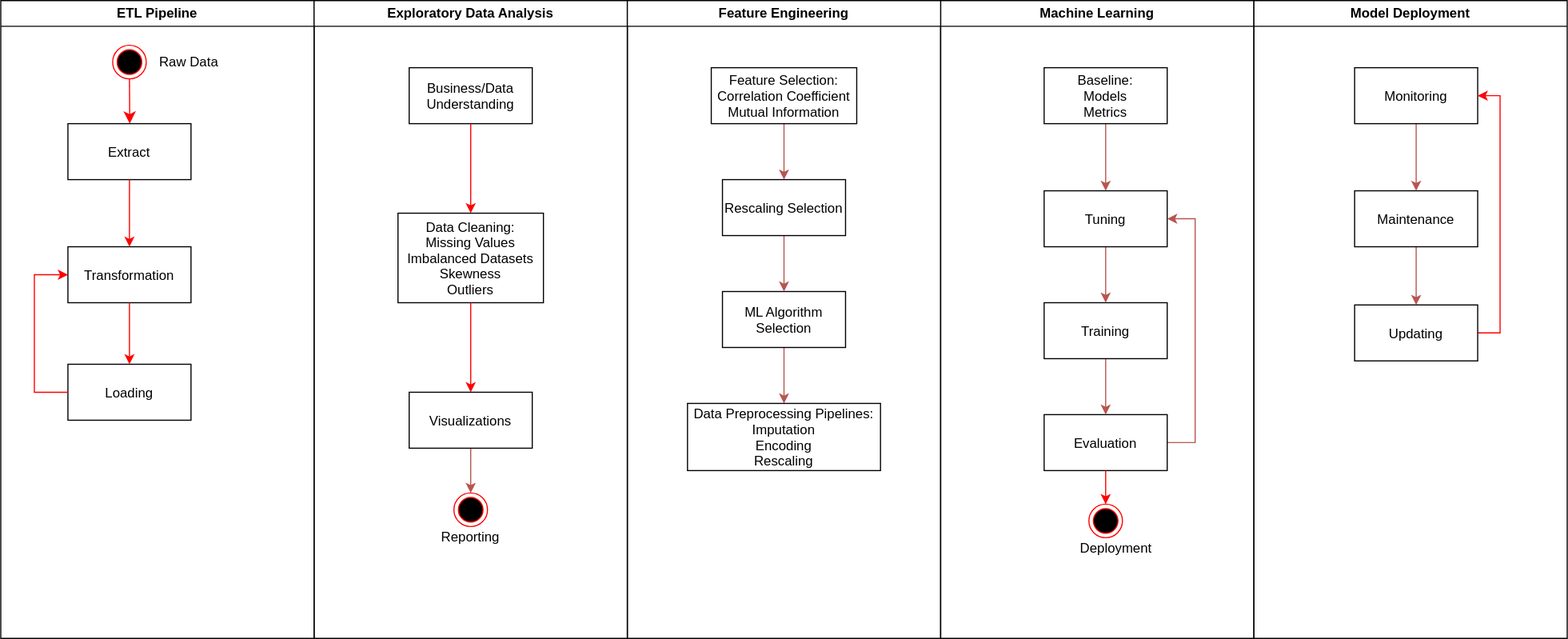
ZacksAmber/Flowcharts keeps this draw.io diagram as general_machine_learning.svg. Above is the earlier version. Source tidied: cells renumbered, new cells last; positions are measured from the earlier drawing's top-left corner, leaving out a move shared by most shapes.
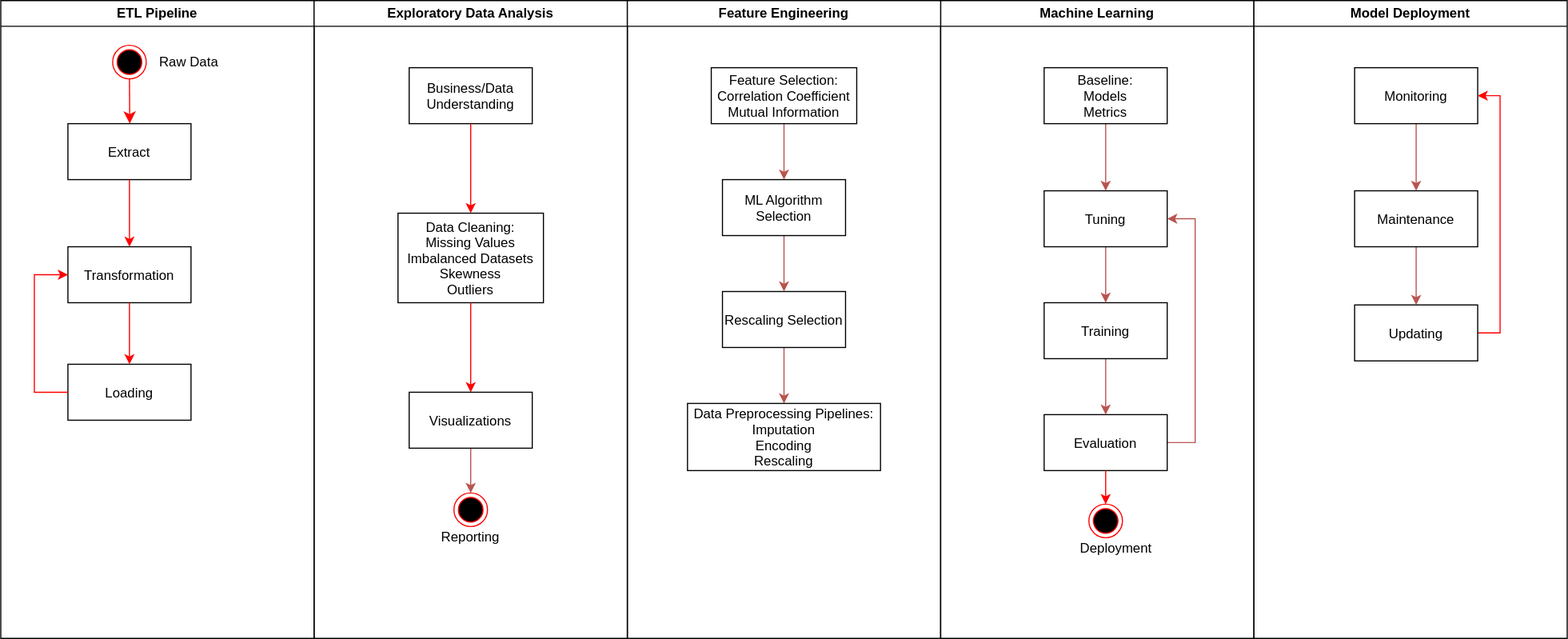
Later version of the same file.

The edit, as a diff of the source:
```diff
@@ -117,7 +117,7 @@
     <mxCell id="35" style="edgeStyle=orthogonalEdgeStyle;rounded=0;jettySize=auto;html=1;fillColor=#f8cecc;strokeColor=#b85450;" parent="34" edge="1" source="36" target="37">
       <mxGeometry relative="1" as="geometry" />
     </mxCell>
-    <mxCell id="36" value="ML Algorithm&#10;Selection" parent="34" vertex="1">
+    <mxCell id="36" value="Rescaling Selection" parent="34" vertex="1">
       <mxGeometry x="85" y="260" width="110" height="50" as="geometry" />
     </mxCell>
     <mxCell id="37" value="Data Preprocessing Pipelines:&#10;Imputation&#10;Encoding&#10;Rescaling" style="align=center;" parent="34" vertex="1">
@@ -132,7 +132,7 @@
     <mxCell id="40" style="edgeStyle=orthogonalEdgeStyle;rounded=0;jettySize=auto;html=1;strokeColor=#B85450;" parent="34" edge="1" source="41" target="36">
       <mxGeometry relative="1" as="geometry" />
     </mxCell>
-    <mxCell id="41" value="Rescaling Selection" parent="34" vertex="1">
+    <mxCell id="41" value="ML Algorithm&#10;Selection" parent="34" vertex="1">
       <mxGeometry x="85" y="160" width="110" height="50" as="geometry" />
     </mxCell>
     <mxCell id="42" value="Model Deployment" style="swimlane;whiteSpace=wrap;" parent="1" vertex="1">
```
